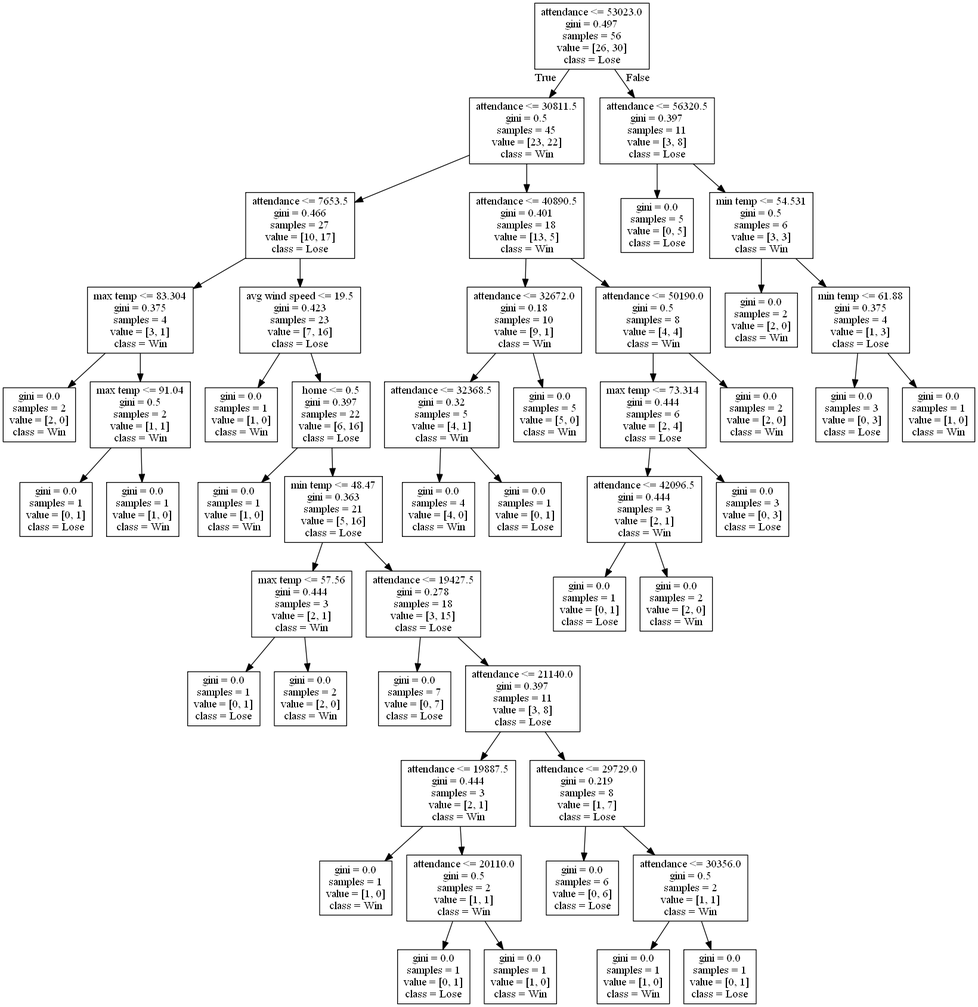
The Graphviz diagram DecisionTrees/decision_tree_no_score12.png in alexana-steck/CSE482Project, before a commit. Its source is kept beside it as DecisionTrees/decision_tree_no_score12.dot. The source it was exported from:
```dot
digraph Tree {
node [shape=box] ;
0 [label="attendance <= 53023.0\ngini = 0.497\nsamples = 56\nvalue = [26, 30]\nclass = Lose"] ;
1 [label="attendance <= 30811.5\ngini = 0.5\nsamples = 45\nvalue = [23, 22]\nclass = Win"] ;
0 -> 1 [labeldistance=2.5, labelangle=45, headlabel="True"] ;
2 [label="attendance <= 7653.5\ngini = 0.466\nsamples = 27\nvalue = [10, 17]\nclass = Lose"] ;
1 -> 2 ;
3 [label="max temp <= 83.304\ngini = 0.375\nsamples = 4\nvalue = [3, 1]\nclass = Win"] ;
2 -> 3 ;
4 [label="gini = 0.0\nsamples = 2\nvalue = [2, 0]\nclass = Win"] ;
3 -> 4 ;
5 [label="max temp <= 91.04\ngini = 0.5\nsamples = 2\nvalue = [1, 1]\nclass = Win"] ;
3 -> 5 ;
6 [label="gini = 0.0\nsamples = 1\nvalue = [0, 1]\nclass = Lose"] ;
5 -> 6 ;
7 [label="gini = 0.0\nsamples = 1\nvalue = [1, 0]\nclass = Win"] ;
5 -> 7 ;
8 [label="avg wind speed <= 19.5\ngini = 0.423\nsamples = 23\nvalue = [7, 16]\nclass = Lose"] ;
2 -> 8 ;
9 [label="gini = 0.0\nsamples = 1\nvalue = [1, 0]\nclass = Win"] ;
8 -> 9 ;
10 [label="home <= 0.5\ngini = 0.397\nsamples = 22\nvalue = [6, 16]\nclass = Lose"] ;
8 -> 10 ;
11 [label="gini = 0.0\nsamples = 1\nvalue = [1, 0]\nclass = Win"] ;
10 -> 11 ;
12 [label="min temp <= 48.47\ngini = 0.363\nsamples = 21\nvalue = [5, 16]\nclass = Lose"] ;
10 -> 12 ;
13 [label="max temp <= 57.56\ngini = 0.444\nsamples = 3\nvalue = [2, 1]\nclass = Win"] ;
12 -> 13 ;
14 [label="gini = 0.0\nsamples = 1\nvalue = [0, 1]\nclass = Lose"] ;
13 -> 14 ;
15 [label="gini = 0.0\nsamples = 2\nvalue = [2, 0]\nclass = Win"] ;
13 -> 15 ;
16 [label="attendance <= 19427.5\ngini = 0.278\nsamples = 18\nvalue = [3, 15]\nclass = Lose"] ;
12 -> 16 ;
17 [label="gini = 0.0\nsamples = 7\nvalue = [0, 7]\nclass = Lose"] ;
16 -> 17 ;
18 [label="attendance <= 21140.0\ngini = 0.397\nsamples = 11\nvalue = [3, 8]\nclass = Lose"] ;
16 -> 18 ;
19 [label="attendance <= 19887.5\ngini = 0.444\nsamples = 3\nvalue = [2, 1]\nclass = Win"] ;
18 -> 19 ;
20 [label="gini = 0.0\nsamples = 1\nvalue = [1, 0]\nclass = Win"] ;
19 -> 20 ;
21 [label="attendance <= 20110.0\ngini = 0.5\nsamples = 2\nvalue = [1, 1]\nclass = Win"] ;
19 -> 21 ;
22 [label="gini = 0.0\nsamples = 1\nvalue = [0, 1]\nclass = Lose"] ;
21 -> 22 ;
23 [label="gini = 0.0\nsamples = 1\nvalue = [1, 0]\nclass = Win"] ;
21 -> 23 ;
24 [label="attendance <= 29729.0\ngini = 0.219\nsamples = 8\nvalue = [1, 7]\nclass = Lose"] ;
18 -> 24 ;
25 [label="gini = 0.0\nsamples = 6\nvalue = [0, 6]\nclass = Lose"] ;
24 -> 25 ;
26 [label="attendance <= 30356.0\ngini = 0.5\nsamples = 2\nvalue = [1, 1]\nclass = Win"] ;
24 -> 26 ;
27 [label="gini = 0.0\nsamples = 1\nvalue = [1, 0]\nclass = Win"] ;
26 -> 27 ;
28 [label="gini = 0.0\nsamples = 1\nvalue = [0, 1]\nclass = Lose"] ;
26 -> 28 ;
29 [label="attendance <= 40890.5\ngini = 0.401\nsamples = 18\nvalue = [13, 5]\nclass = Win"] ;
1 -> 29 ;
30 [label="attendance <= 32672.0\ngini = 0.18\nsamples = 10\nvalue = [9, 1]\nclass = Win"] ;
29 -> 30 ;
31 [label="attendance <= 32368.5\ngini = 0.32\nsamples = 5\nvalue = [4, 1]\nclass = Win"] ;
30 -> 31 ;
32 [label="gini = 0.0\nsamples = 4\nvalue = [4, 0]\nclass = Win"] ;
31 -> 32 ;
33 [label="gini = 0.0\nsamples = 1\nvalue = [0, 1]\nclass = Lose"] ;
31 -> 33 ;
34 [label="gini = 0.0\nsamples = 5\nvalue = [5, 0]\nclass = Win"] ;
30 -> 34 ;
35 [label="attendance <= 50190.0\ngini = 0.5\nsamples = 8\nvalue = [4, 4]\nclass = Win"] ;
29 -> 35 ;
36 [label="max temp <= 73.314\ngini = 0.444\nsamples = 6\nvalue = [2, 4]\nclass = Lose"] ;
35 -> 36 ;
37 [label="attendance <= 42096.5\ngini = 0.444\nsamples = 3\nvalue = [2, 1]\nclass = Win"] ;
36 -> 37 ;
38 [label="gini = 0.0\nsamples = 1\nvalue = [0, 1]\nclass = Lose"] ;
37 -> 38 ;
39 [label="gini = 0.0\nsamples = 2\nvalue = [2, 0]\nclass = Win"] ;
37 -> 39 ;
40 [label="gini = 0.0\nsamples = 3\nvalue = [0, 3]\nclass = Lose"] ;
36 -> 40 ;
41 [label="gini = 0.0\nsamples = 2\nvalue = [2, 0]\nclass = Win"] ;
35 -> 41 ;
42 [label="attendance <= 56320.5\ngini = 0.397\nsamples = 11\nvalue = [3, 8]\nclass = Lose"] ;
0 -> 42 [labeldistance=2.5, labelangle=-45, headlabel="False"] ;
43 [label="gini = 0.0\nsamples = 5\nvalue = [0, 5]\nclass = Lose"] ;
42 -> 43 ;
44 [label="min temp <= 54.531\ngini = 0.5\nsamples = 6\nvalue = [3, 3]\nclass = Win"] ;
42 -> 44 ;
45 [label="gini = 0.0\nsamples = 2\nvalue = [2, 0]\nclass = Win"] ;
44 -> 45 ;
46 [label="min temp <= 61.88\ngini = 0.375\nsamples = 4\nvalue = [1, 3]\nclass = Lose"] ;
44 -> 46 ;
47 [label="gini = 0.0\nsamples = 3\nvalue = [0, 3]\nclass = Lose"] ;
46 -> 47 ;
48 [label="gini = 0.0\nsamples = 1\nvalue = [1, 0]\nclass = Win"] ;
46 -> 48 ;
}
```
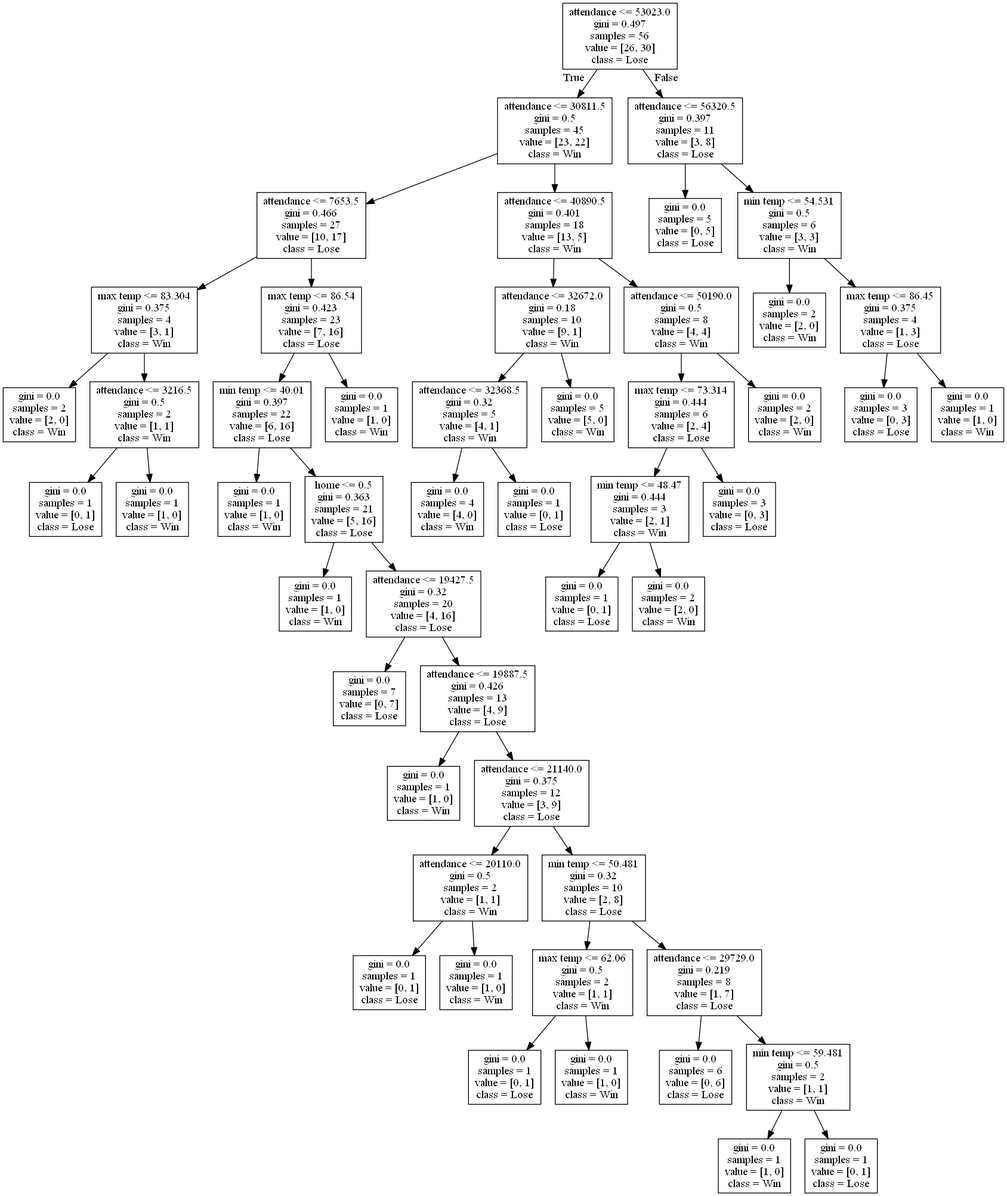
The same diagram one commit later.

What changed in the source:
```diff
@@ -9,92 +9,96 @@
 2 -> 3 ;
 4 [label="gini = 0.0\nsamples = 2\nvalue = [2, 0]\nclass = Win"] ;
 3 -> 4 ;
-5 [label="max temp <= 91.04\ngini = 0.5\nsamples = 2\nvalue = [1, 1]\nclass = Win"] ;
+5 [label="attendance <= 3216.5\ngini = 0.5\nsamples = 2\nvalue = [1, 1]\nclass = Win"] ;
 3 -> 5 ;
 6 [label="gini = 0.0\nsamples = 1\nvalue = [0, 1]\nclass = Lose"] ;
 5 -> 6 ;
 7 [label="gini = 0.0\nsamples = 1\nvalue = [1, 0]\nclass = Win"] ;
 5 -> 7 ;
-8 [label="avg wind speed <= 19.5\ngini = 0.423\nsamples = 23\nvalue = [7, 16]\nclass = Lose"] ;
+8 [label="max temp <= 86.54\ngini = 0.423\nsamples = 23\nvalue = [7, 16]\nclass = Lose"] ;
 2 -> 8 ;
-9 [label="gini = 0.0\nsamples = 1\nvalue = [1, 0]\nclass = Win"] ;
+9 [label="min temp <= 40.01\ngini = 0.397\nsamples = 22\nvalue = [6, 16]\nclass = Lose"] ;
 8 -> 9 ;
-10 [label="home <= 0.5\ngini = 0.397\nsamples = 22\nvalue = [6, 16]\nclass = Lose"] ;
-8 -> 10 ;
-11 [label="gini = 0.0\nsamples = 1\nvalue = [1, 0]\nclass = Win"] ;
-10 -> 11 ;
-12 [label="min temp <= 48.47\ngini = 0.363\nsamples = 21\nvalue = [5, 16]\nclass = Lose"] ;
-10 -> 12 ;
-13 [label="max temp <= 57.56\ngini = 0.444\nsamples = 3\nvalue = [2, 1]\nclass = Win"] ;
-12 -> 13 ;
-14 [label="gini = 0.0\nsamples = 1\nvalue = [0, 1]\nclass = Lose"] ;
+10 [label="gini = 0.0\nsamples = 1\nvalue = [1, 0]\nclass = Win"] ;
+9 -> 10 ;
+11 [label="home <= 0.5\ngini = 0.363\nsamples = 21\nvalue = [5, 16]\nclass = Lose"] ;
+9 -> 11 ;
+12 [label="gini = 0.0\nsamples = 1\nvalue = [1, 0]\nclass = Win"] ;
+11 -> 12 ;
+13 [label="attendance <= 19427.5\ngini = 0.32\nsamples = 20\nvalue = [4, 16]\nclass = Lose"] ;
+11 -> 13 ;
+14 [label="gini = 0.0\nsamples = 7\nvalue = [0, 7]\nclass = Lose"] ;
 13 -> 14 ;
-15 [label="gini = 0.0\nsamples = 2\nvalue = [2, 0]\nclass = Win"] ;
+15 [label="attendance <= 19887.5\ngini = 0.426\nsamples = 13\nvalue = [4, 9]\nclass = Lose"] ;
 13 -> 15 ;
-16 [label="attendance <= 19427.5\ngini = 0.278\nsamples = 18\nvalue = [3, 15]\nclass = Lose"] ;
-12 -> 16 ;
-17 [label="gini = 0.0\nsamples = 7\nvalue = [0, 7]\nclass = Lose"] ;
-16 -> 17 ;
-18 [label="attendance <= 21140.0\ngini = 0.397\nsamples = 11\nvalue = [3, 8]\nclass = Lose"] ;
-16 -> 18 ;
-19 [label="attendance <= 19887.5\ngini = 0.444\nsamples = 3\nvalue = [2, 1]\nclass = Win"] ;
+16 [label="gini = 0.0\nsamples = 1\nvalue = [1, 0]\nclass = Win"] ;
+15 -> 16 ;
+17 [label="attendance <= 21140.0\ngini = 0.375\nsamples = 12\nvalue = [3, 9]\nclass = Lose"] ;
+15 -> 17 ;
+18 [label="attendance <= 20110.0\ngini = 0.5\nsamples = 2\nvalue = [1, 1]\nclass = Win"] ;
+17 -> 18 ;
+19 [label="gini = 0.0\nsamples = 1\nvalue = [0, 1]\nclass = Lose"] ;
 18 -> 19 ;
 20 [label="gini = 0.0\nsamples = 1\nvalue = [1, 0]\nclass = Win"] ;
-19 -> 20 ;
-21 [label="attendance <= 20110.0\ngini = 0.5\nsamples = 2\nvalue = [1, 1]\nclass = Win"] ;
-19 -> 21 ;
-22 [label="gini = 0.0\nsamples = 1\nvalue = [0, 1]\nclass = Lose"] ;
+18 -> 20 ;
+21 [label="min temp <= 50.481\ngini = 0.32\nsamples = 10\nvalue = [2, 8]\nclass = Lose"] ;
+17 -> 21 ;
+22 [label="max temp <= 62.06\ngini = 0.5\nsamples = 2\nvalue = [1, 1]\nclass = Win"] ;
 21 -> 22 ;
-23 [label="gini = 0.0\nsamples = 1\nvalue = [1, 0]\nclass = Win"] ;
-21 -> 23 ;
-24 [label="attendance <= 29729.0\ngini = 0.219\nsamples = 8\nvalue = [1, 7]\nclass = Lose"] ;
-18 -> 24 ;
-25 [label="gini = 0.0\nsamples = 6\nvalue = [0, 6]\nclass = Lose"] ;
-24 -> 25 ;
-26 [label="attendance <= 30356.0\ngini = 0.5\nsamples = 2\nvalue = [1, 1]\nclass = Win"] ;
-24 -> 26 ;
-27 [label="gini = 0.0\nsamples = 1\nvalue = [1, 0]\nclass = Win"] ;
-26 -> 27 ;
-28 [label="gini = 0.0\nsamples = 1\nvalue = [0, 1]\nclass = Lose"] ;
-26 -> 28 ;
-29 [label="attendance <= 40890.5\ngini = 0.401\nsamples = 18\nvalue = [13, 5]\nclass = Win"] ;
-1 -> 29 ;
-30 [label="attendance <= 32672.0\ngini = 0.18\nsamples = 10\nvalue = [9, 1]\nclass = Win"] ;
-29 -> 30 ;
-31 [label="attendance <= 32368.5\ngini = 0.32\nsamples = 5\nvalue = [4, 1]\nclass = Win"] ;
-30 -> 31 ;
-32 [label="gini = 0.0\nsamples = 4\nvalue = [4, 0]\nclass = Win"] ;
+23 [label="gini = 0.0\nsamples = 1\nvalue = [0, 1]\nclass = Lose"] ;
+22 -> 23 ;
+24 [label="gini = 0.0\nsamples = 1\nvalue = [1, 0]\nclass = Win"] ;
+22 -> 24 ;
+25 [label="attendance <= 29729.0\ngini = 0.219\nsamples = 8\nvalue = [1, 7]\nclass = Lose"] ;
+21 -> 25 ;
+26 [label="gini = 0.0\nsamples = 6\nvalue = [0, 6]\nclass = Lose"] ;
+25 -> 26 ;
+27 [label="min temp <= 59.481\ngini = 0.5\nsamples = 2\nvalue = [1, 1]\nclass = Win"] ;
+25 -> 27 ;
+28 [label="gini = 0.0\nsamples = 1\nvalue = [1, 0]\nclass = Win"] ;
+27 -> 28 ;
+29 [label="gini = 0.0\nsamples = 1\nvalue = [0, 1]\nclass = Lose"] ;
+27 -> 29 ;
+30 [label="gini = 0.0\nsamples = 1\nvalue = [1, 0]\nclass = Win"] ;
+8 -> 30 ;
+31 [label="attendance <= 40890.5\ngini = 0.401\nsamples = 18\nvalue = [13, 5]\nclass = Win"] ;
+1 -> 31 ;
+32 [label="attendance <= 32672.0\ngini = 0.18\nsamples = 10\nvalue = [9, 1]\nclass = Win"] ;
 31 -> 32 ;
-33 [label="gini = 0.0\nsamples = 1\nvalue = [0, 1]\nclass = Lose"] ;
-31 -> 33 ;
-34 [label="gini = 0.0\nsamples = 5\nvalue = [5, 0]\nclass = Win"] ;
-30 -> 34 ;
-35 [label="attendance <= 50190.0\ngini = 0.5\nsamples = 8\nvalue = [4, 4]\nclass = Win"] ;
-29 -> 35 ;
-36 [label="max temp <= 73.314\ngini = 0.444\nsamples = 6\nvalue = [2, 4]\nclass = Lose"] ;
-35 -> 36 ;
-37 [label="attendance <= 42096.5\ngini = 0.444\nsamples = 3\nvalue = [2, 1]\nclass = Win"] ;
-36 -> 37 ;
-38 [label="gini = 0.0\nsamples = 1\nvalue = [0, 1]\nclass = Lose"] ;
+33 [label="attendance <= 32368.5\ngini = 0.32\nsamples = 5\nvalue = [4, 1]\nclass = Win"] ;
+32 -> 33 ;
+34 [label="gini = 0.0\nsamples = 4\nvalue = [4, 0]\nclass = Win"] ;
+33 -> 34 ;
+35 [label="gini = 0.0\nsamples = 1\nvalue = [0, 1]\nclass = Lose"] ;
+33 -> 35 ;
+36 [label="gini = 0.0\nsamples = 5\nvalue = [5, 0]\nclass = Win"] ;
+32 -> 36 ;
+37 [label="attendance <= 50190.0\ngini = 0.5\nsamples = 8\nvalue = [4, 4]\nclass = Win"] ;
+31 -> 37 ;
+38 [label="max temp <= 73.314\ngini = 0.444\nsamples = 6\nvalue = [2, 4]\nclass = Lose"] ;
 37 -> 38 ;
-39 [label="gini = 0.0\nsamples = 2\nvalue = [2, 0]\nclass = Win"] ;
-37 -> 39 ;
-40 [label="gini = 0.0\nsamples = 3\nvalue = [0, 3]\nclass = Lose"] ;
-36 -> 40 ;
+39 [label="min temp <= 48.47\ngini = 0.444\nsamples = 3\nvalue = [2, 1]\nclass = Win"] ;
+38 -> 39 ;
+40 [label="gini = 0.0\nsamples = 1\nvalue = [0, 1]\nclass = Lose"] ;
+39 -> 40 ;
 41 [label="gini = 0.0\nsamples = 2\nvalue = [2, 0]\nclass = Win"] ;
-35 -> 41 ;
-42 [label="attendance <= 56320.5\ngini = 0.397\nsamples = 11\nvalue = [3, 8]\nclass = Lose"] ;
-0 -> 42 [labeldistance=2.5, labelangle=-45, headlabel="False"] ;
-43 [label="gini = 0.0\nsamples = 5\nvalue = [0, 5]\nclass = Lose"] ;
-42 -> 43 ;
-44 [label="min temp <= 54.531\ngini = 0.5\nsamples = 6\nvalue = [3, 3]\nclass = Win"] ;
-42 -> 44 ;
-45 [label="gini = 0.0\nsamples = 2\nvalue = [2, 0]\nclass = Win"] ;
+39 -> 41 ;
+42 [label="gini = 0.0\nsamples = 3\nvalue = [0, 3]\nclass = Lose"] ;
+38 -> 42 ;
+43 [label="gini = 0.0\nsamples = 2\nvalue = [2, 0]\nclass = Win"] ;
+37 -> 43 ;
+44 [label="attendance <= 56320.5\ngini = 0.397\nsamples = 11\nvalue = [3, 8]\nclass = Lose"] ;
+0 -> 44 [labeldistance=2.5, labelangle=-45, headlabel="False"] ;
+45 [label="gini = 0.0\nsamples = 5\nvalue = [0, 5]\nclass = Lose"] ;
 44 -> 45 ;
-46 [label="min temp <= 61.88\ngini = 0.375\nsamples = 4\nvalue = [1, 3]\nclass = Lose"] ;
+46 [label="min temp <= 54.531\ngini = 0.5\nsamples = 6\nvalue = [3, 3]\nclass = Win"] ;
 44 -> 46 ;
-47 [label="gini = 0.0\nsamples = 3\nvalue = [0, 3]\nclass = Lose"] ;
+47 [label="gini = 0.0\nsamples = 2\nvalue = [2, 0]\nclass = Win"] ;
 46 -> 47 ;
-48 [label="gini = 0.0\nsamples = 1\nvalue = [1, 0]\nclass = Win"] ;
+48 [label="max temp <= 86.45\ngini = 0.375\nsamples = 4\nvalue = [1, 3]\nclass = Lose"] ;
 46 -> 48 ;
+49 [label="gini = 0.0\nsamples = 3\nvalue = [0, 3]\nclass = Lose"] ;
+48 -> 49 ;
+50 [label="gini = 0.0\nsamples = 1\nvalue = [1, 0]\nclass = Win"] ;
+48 -> 50 ;
 }
```
